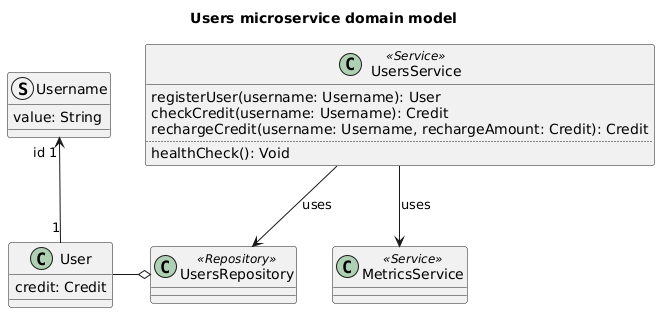
This is doc/diagrams/users-microservice-domain-model.png from Ventus218/SAP-assignment-02, a PlantUML export, as it was before one commit.
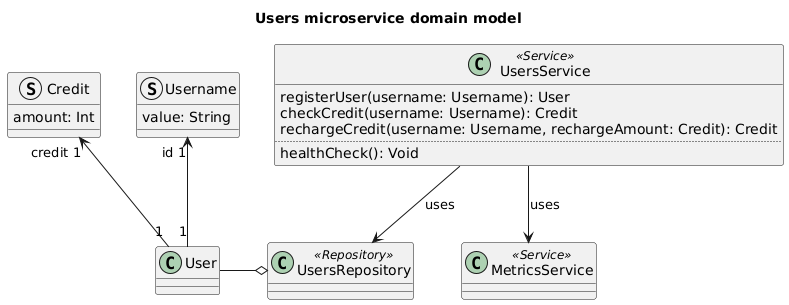
After the commit.

Commit message:
Automatically generated PlantUML diagrams

Change to the diagram source:
```diff
@@ -2,13 +2,17 @@
 
 title Users microservice domain model
 
-class User {
-    credit: Credit
-}
+class User {}
+
 struct Username {
     value: String
 }
 User "1" -u-> "id 1" Username
+
+struct Credit {
+    amount: Int
+}
+User "1" -u-> "credit 1" Credit
 
 class UsersRepository <<Repository>>
 UsersRepository o-l- User
```
